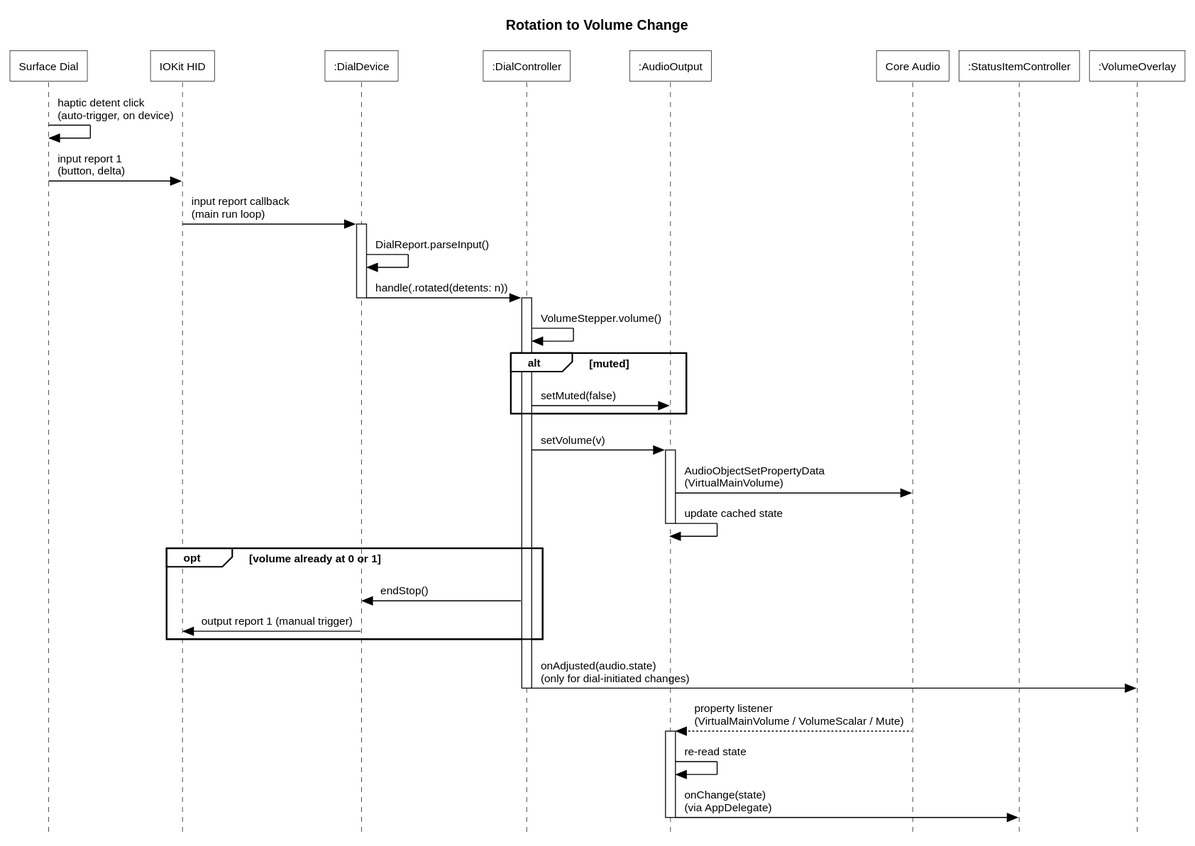
Before: docs/diagrams/rotate-sequence.svg, a diagram exported from PlantUML (heikopanjas/feel-the-noize). Its diagram source:
```plantuml
@startuml
!include visio2003.iuml

title Rotation to Volume Change

participant "Surface Dial" as Hardware
participant "IOKit HID" as HID
participant ":DialDevice" as Dial
participant ":DialController" as Controller
participant ":AudioOutput" as Audio
participant "Core Audio" as CoreAudio
participant ":StatusItemController" as Status
participant ":VolumeOverlay" as Overlay

Hardware -> Hardware : haptic detent click\n(auto-trigger, on device)
Hardware -> HID : input report 1\n(button, delta)
HID -> Dial : input report callback\n(main run loop)
activate Dial
Dial -> Dial : DialReport.parseInput()
Dial -> Controller : handle(.rotated(detents: n))
deactivate Dial
activate Controller
Controller -> Controller : VolumeStepper.volume()
alt muted
    Controller -> Audio : setMuted(false)
end
Controller -> Audio : setVolume(v)
activate Audio
Audio -> CoreAudio : AudioObjectSetPropertyData\n(VirtualMainVolume)
Audio -> Audio : update cached state
deactivate Audio
opt volume already at 0 or 1
    Controller -> Dial : endStop()
    Dial -> HID : output report 1 (manual trigger)
end
Controller -> Overlay : onAdjusted(audio.state)\n(only for dial-initiated changes)
deactivate Controller

CoreAudio --> Audio : property listener\n(VirtualMainVolume / VolumeScalar / Mute)
activate Audio
Audio -> Audio : re-read state
Audio -> Status : onChange(state)\n(via AppDelegate)
deactivate Audio
@enduml
```
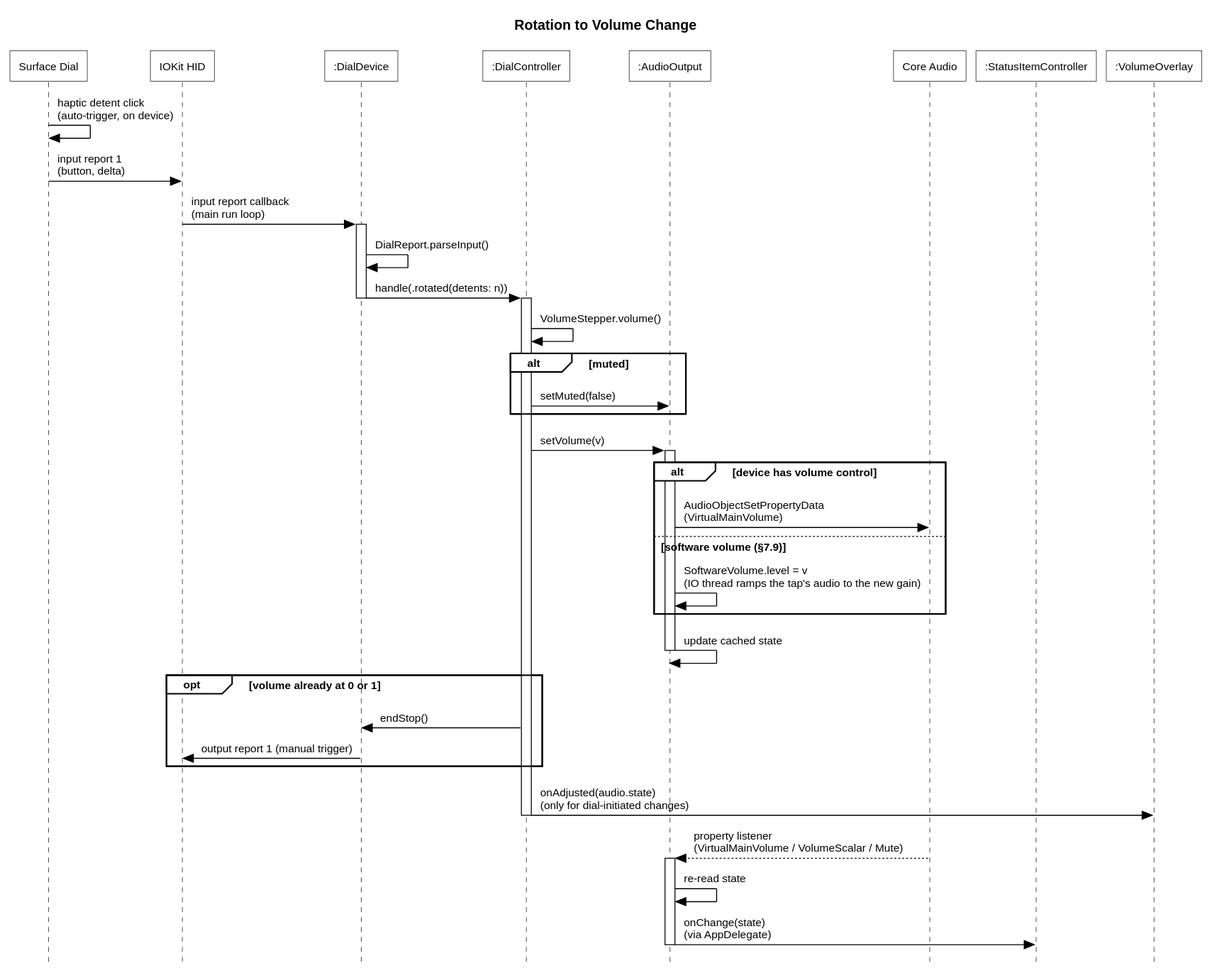
The same file after the commit.

The edit, as a diff of the source:
```diff
@@ -26,7 +26,11 @@
 end
 Controller -> Audio : setVolume(v)
 activate Audio
-Audio -> CoreAudio : AudioObjectSetPropertyData\n(VirtualMainVolume)
+alt device has volume control
+    Audio -> CoreAudio : AudioObjectSetPropertyData\n(VirtualMainVolume)
+else software volume (§7.9)
+    Audio -> Audio : SoftwareVolume.level = v\n(IO thread ramps the tap's audio to the new gain)
+end
 Audio -> Audio : update cached state
 deactivate Audio
 opt volume already at 0 or 1
```
